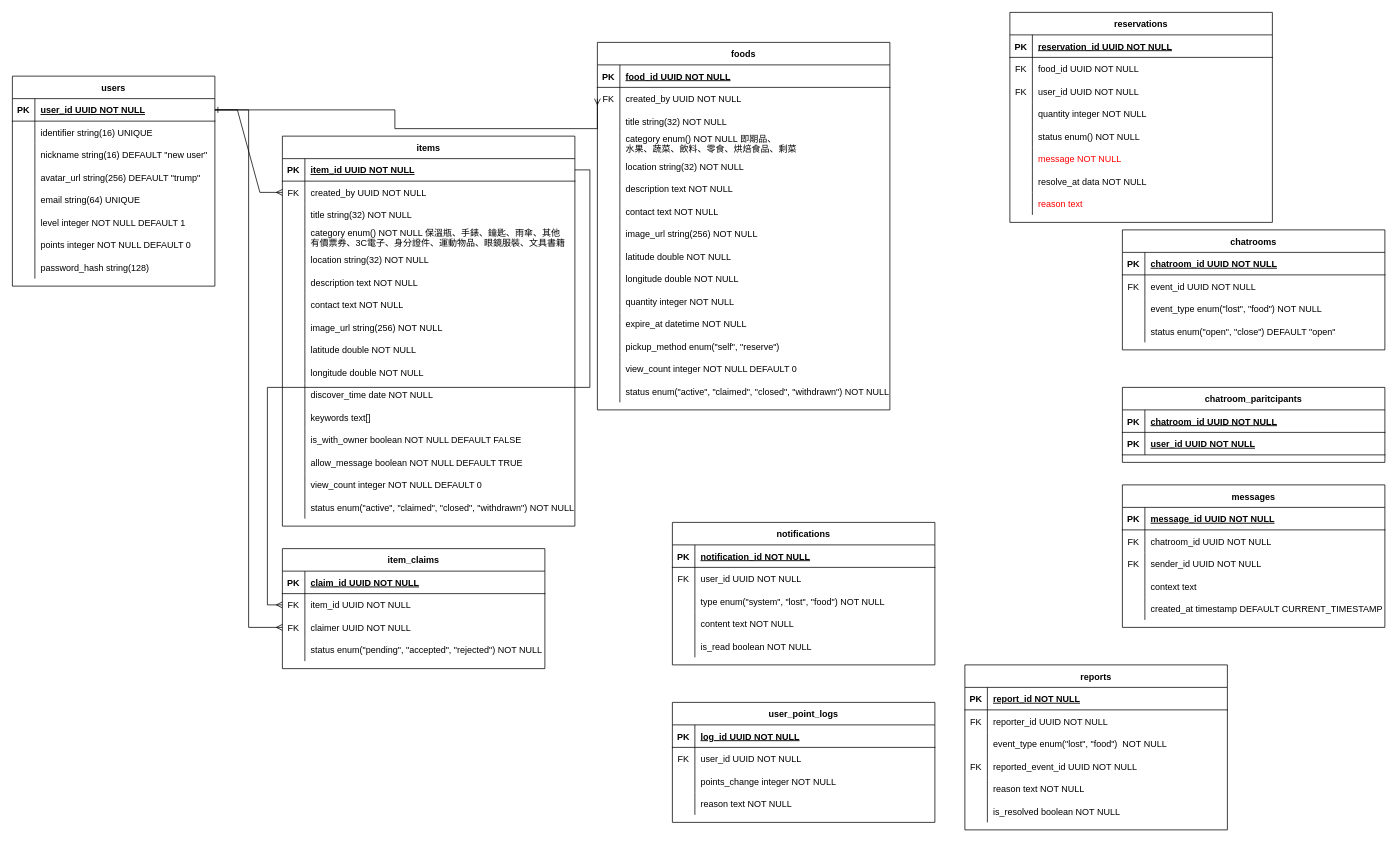
YuanWang08/LOFO-Flatform keeps this draw.io diagram as page "ERD" (1 of 3) of WebERD.drawio. Above is the earlier version. Source tidied: cells renumbered, new cells numbered last; positions are measured from the earlier drawing's top-left corner, leaving out a move shared by most shapes. Both pictures are drawn from the tidied source at 75%, with x=0, y=0 at pixel (12, 12).
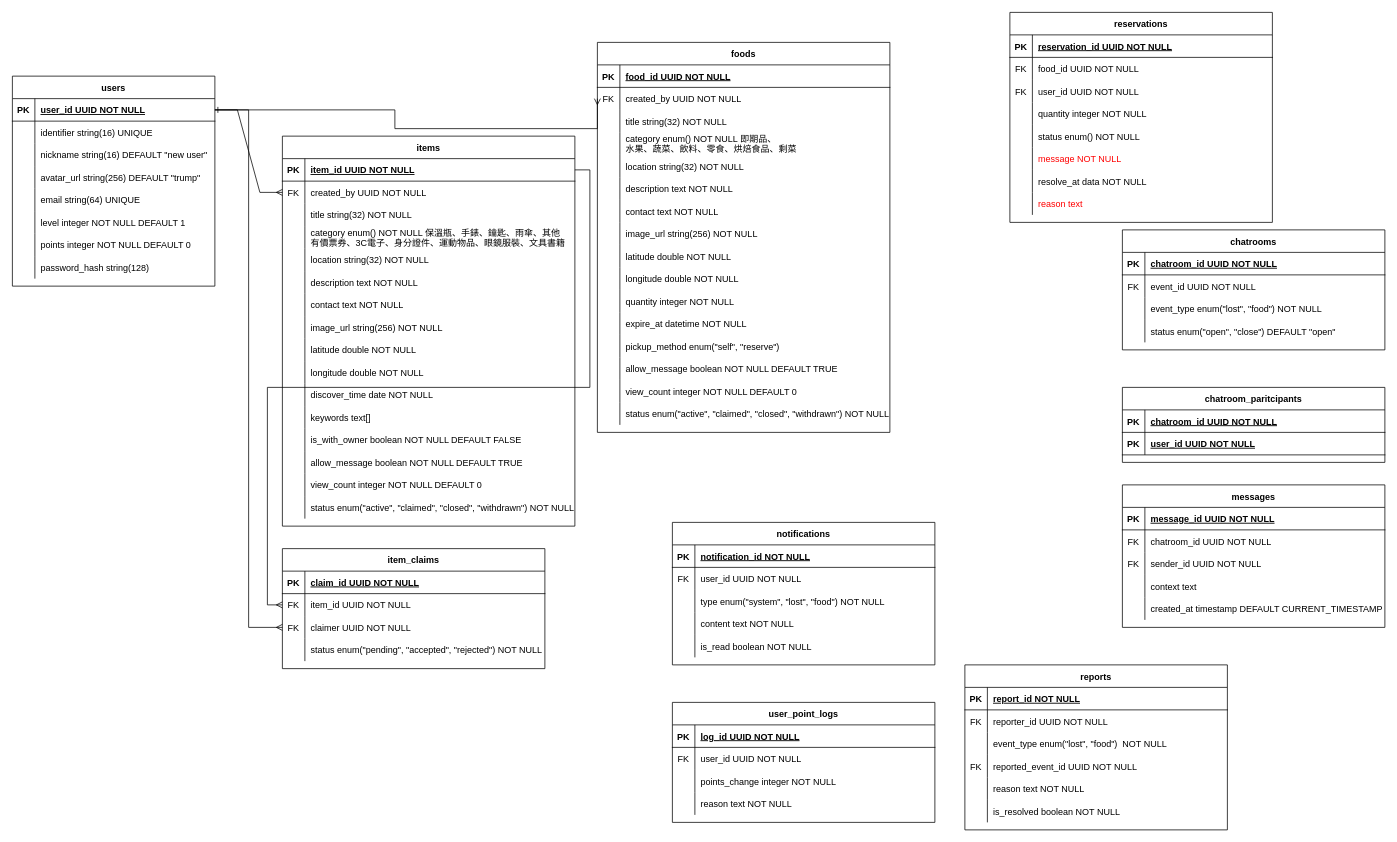
The same diagram, later.

What changed in the source:
```diff
@@
     <mxCell id="89" value="foods" style="shape=table;startSize=30;childLayout=tableLayout;rowLines=0;fontStyle=1;align=center;" parent="1" vertex="1">
-      <mxGeometry x="780" y="40" width="390" height="490" as="geometry" />
+      <mxGeometry x="780" y="40" width="390" height="520" as="geometry" />
     </mxCell>
@@
+    <mxCell id="248" style="shape=partialRectangle;fillColor=none;top=0;left=0;right=0;bottom=0;" parent="89" vertex="1">
+      <mxGeometry y="420" width="390" height="30" as="geometry" />
+    </mxCell>
+    <mxCell id="249" style="shape=partialRectangle;overflow=hidden;fillColor=none;top=0;left=0;bottom=0;right=0;" parent="248" vertex="1">
+      <mxGeometry width="30" height="30" as="geometry" />
+    </mxCell>
+    <mxCell id="250" value="allow_message boolean NOT NULL DEFAULT TRUE" style="shape=partialRectangle;overflow=hidden;fillColor=none;top=0;left=0;bottom=0;right=0;align=left;spacingLeft=6;" parent="248" vertex="1">
+      <mxGeometry x="30" width="360" height="30" as="geometry" />
+    </mxCell>
     <mxCell id="129" style="shape=partialRectangle;fillColor=none;top=0;left=0;right=0;bottom=0;" parent="89" vertex="1">
-      <mxGeometry y="420" width="390" height="30" as="geometry" />
+      <mxGeometry y="450" width="390" height="30" as="geometry" />
     </mxCell>
@@
     <mxCell id="132" style="shape=partialRectangle;fillColor=none;top=0;left=0;right=0;bottom=0;" parent="89" vertex="1">
-      <mxGeometry y="450" width="390" height="30" as="geometry" />
+      <mxGeometry y="480" width="390" height="30" as="geometry" />
     </mxCell>
```
